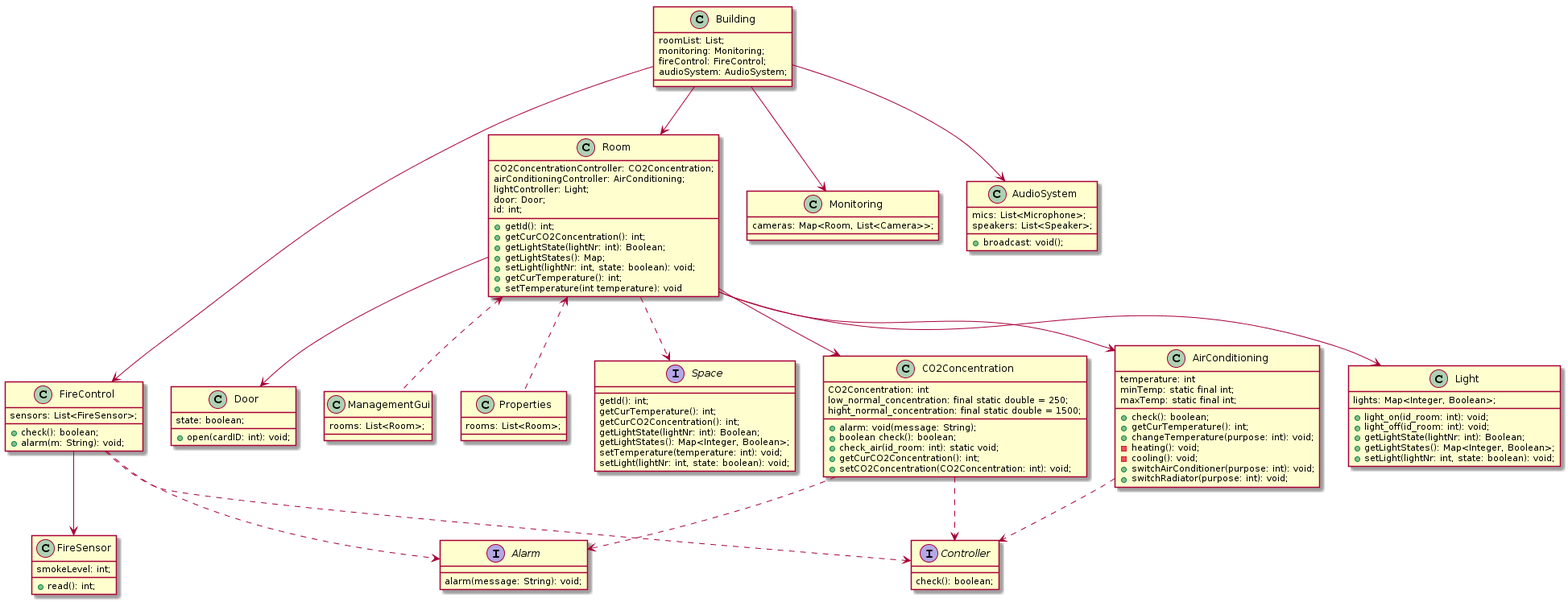
Above: class_diagram.png in knapcp3/projekt (PlantUML), before the change.
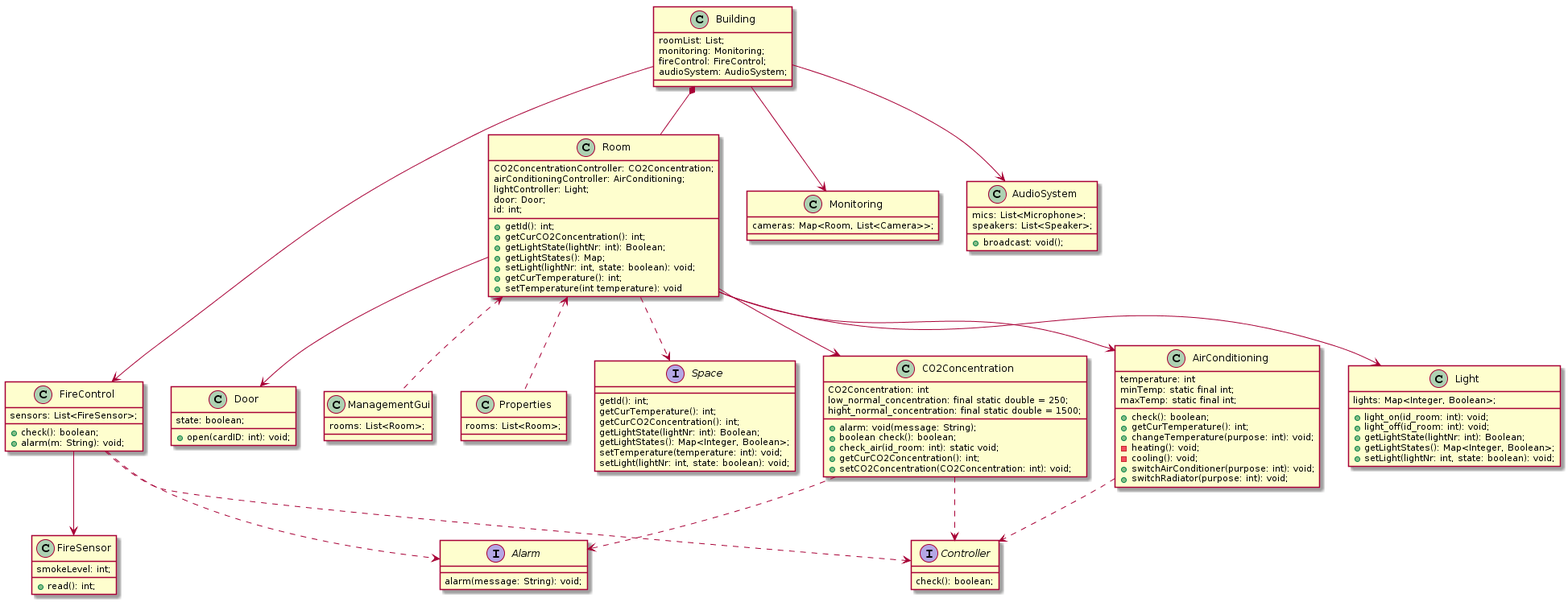
The same file after the commit.

Commit message:
update class diagram

What changed in the source:
```diff
@@ -104,7 +104,7 @@
 
 }
 
-Building --> Room
+Building *-- Room
 Building --> Monitoring
 Building --> FireControl
 Building --> AudioSystem
```
